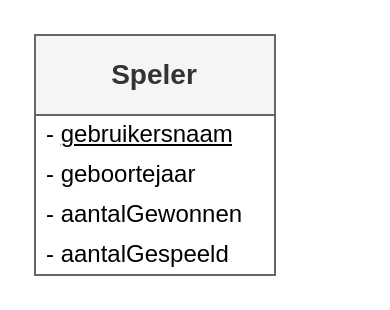
This is database/ERD/ERD_Kingdomino.drawio from JasperMeersschaut/Kingdomino-38, a draw.io file, before an edit. Source tidied: cells renumbered, new cells numbered last; positions are measured from the earlier drawing's top-left corner, leaving out a move shared by most shapes. Both pictures are drawn from the tidied source at 200%, with x=0, y=0 at pixel (34, 34).
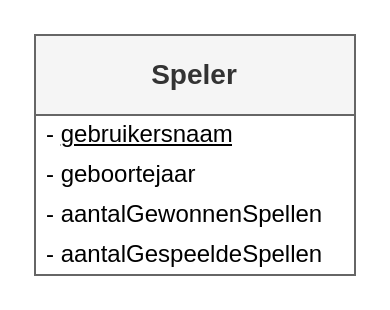
The same diagram, later.

Change to the diagram source:
```diff
@@
 <mxGraphModel>
   <root>
     <mxCell id="0" />
     <mxCell id="1" parent="0" />
     <mxCell id="2" value="&lt;b&gt;&lt;font style=&quot;font-size: 14px;&quot;&gt;Speler&lt;/font&gt;&lt;/b&gt;" style="swimlane;fontStyle=0;horizontal=1;startSize=40;whiteSpace=wrap;html=1;fillColor=#f5f5f5;fontColor=#333333;strokeColor=#666666;" parent="1" vertex="1">
-      <mxGeometry width="120" height="120" as="geometry" />
+      <mxGeometry width="160" height="120" as="geometry" />
     </mxCell>
     <mxCell id="3" value="- &lt;u&gt;gebruikersnaam&lt;/u&gt;" style="text;strokeColor=none;fillColor=none;align=left;verticalAlign=middle;spacingLeft=4;spacingRight=4;overflow=hidden;whiteSpace=wrap;html=1;" parent="2" vertex="1">
-      <mxGeometry y="40" width="120" height="20" as="geometry" />
+      <mxGeometry y="40" width="160" height="20" as="geometry" />
     </mxCell>
     <mxCell id="4" value="- geboortejaar" style="text;strokeColor=none;fillColor=none;align=left;verticalAlign=middle;spacingLeft=4;spacingRight=4;overflow=hidden;whiteSpace=wrap;html=1;" parent="2" vertex="1">
-      <mxGeometry y="60" width="120" height="20" as="geometry" />
+      <mxGeometry y="60" width="160" height="20" as="geometry" />
     </mxCell>
-    <mxCell id="5" value="- aantalGewonnen" style="text;strokeColor=none;fillColor=none;align=left;verticalAlign=middle;spacingLeft=4;spacingRight=4;overflow=hidden;whiteSpace=wrap;html=1;" parent="2" vertex="1">
-      <mxGeometry y="80" width="120" height="20" as="geometry" />
+    <mxCell id="5" value="- aantalGewonnenSpellen" style="text;strokeColor=none;fillColor=none;align=left;verticalAlign=middle;spacingLeft=4;spacingRight=4;overflow=hidden;whiteSpace=wrap;html=1;" parent="2" vertex="1">
+      <mxGeometry y="80" width="160" height="20" as="geometry" />
     </mxCell>
-    <mxCell id="6" value="- aantalGespeeld" style="text;strokeColor=none;fillColor=none;align=left;verticalAlign=middle;spacingLeft=4;spacingRight=4;overflow=hidden;whiteSpace=wrap;html=1;" parent="2" vertex="1">
-      <mxGeometry y="100" width="120" height="20" as="geometry" />
+    <mxCell id="6" value="- aantalGespeeldeSpellen" style="text;strokeColor=none;fillColor=none;align=left;verticalAlign=middle;spacingLeft=4;spacingRight=4;overflow=hidden;whiteSpace=wrap;html=1;" parent="2" vertex="1">
+      <mxGeometry y="100" width="160" height="20" as="geometry" />
     </mxCell>
   </root>
 </mxGraphModel>
```
